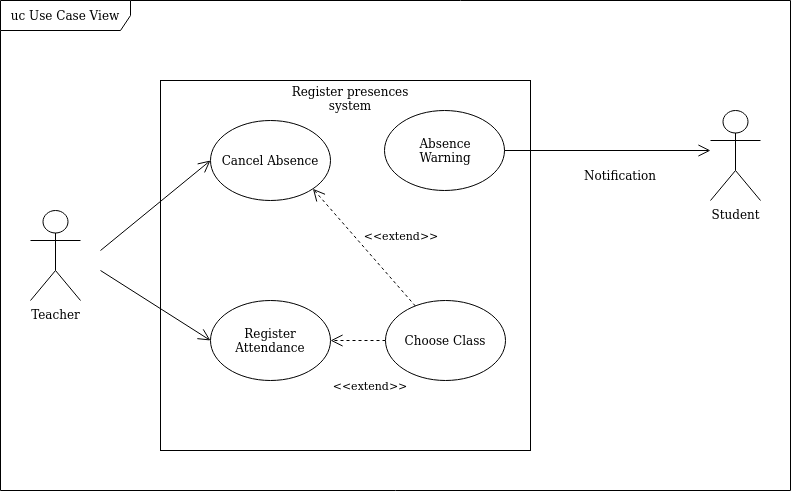
Above: images/use_case_model.png in P1ntas/ESOF (draw.io), before the change. Source tidied: cells renumbered, new cells last; positions are measured from the earlier drawing's top-left corner, leaving out a move shared by most shapes.
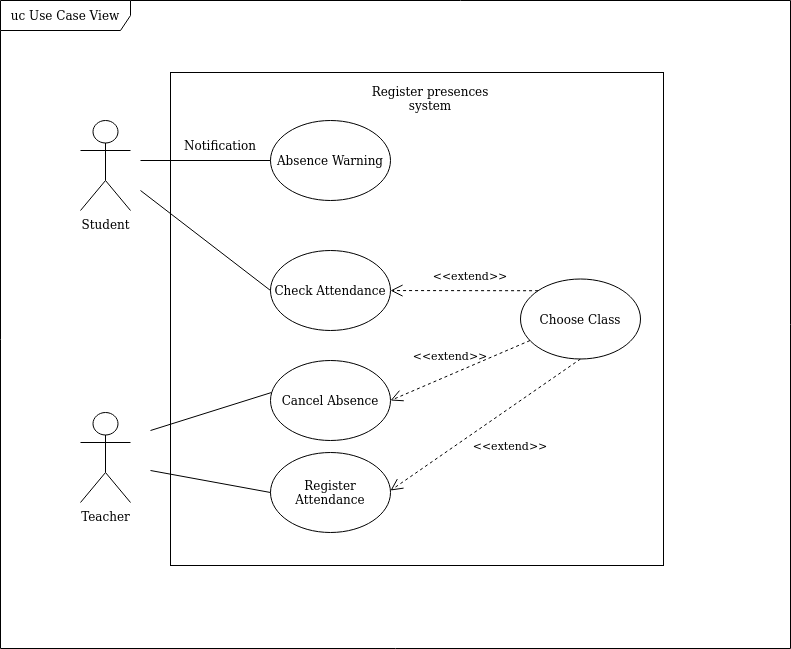
The same file after the commit.

Commit message:
Changes to Use Case Model

Change to the diagram source:
```diff
@@ -3,65 +3,82 @@
     <mxCell id="0" />
     <mxCell id="1" parent="0" />
     <mxCell id="2" value="&lt;div&gt;Student&lt;/div&gt;&lt;div&gt;&lt;br&gt;&lt;/div&gt;" style="shape=umlActor;verticalLabelPosition=bottom;verticalAlign=top;html=1;" parent="1" vertex="1">
-      <mxGeometry x="710" y="110" width="50" height="90" as="geometry" />
+      <mxGeometry y="120" width="50" height="90" as="geometry" />
     </mxCell>
     <mxCell id="3" value="&lt;div&gt;Teacher&lt;/div&gt;&lt;div&gt;&lt;br&gt;&lt;/div&gt;" style="shape=umlActor;verticalLabelPosition=bottom;verticalAlign=top;html=1;" parent="1" vertex="1">
-      <mxGeometry x="30" y="210" width="50" height="90" as="geometry" />
+      <mxGeometry y="412" width="50" height="90" as="geometry" />
     </mxCell>
     <mxCell id="4" style="whiteSpace=wrap;html=1;" parent="1" vertex="1">
-      <mxGeometry x="160" y="80" width="370" height="370" as="geometry" />
+      <mxGeometry x="90" y="72" width="493" height="493" as="geometry" />
     </mxCell>
     <mxCell id="5" value="Register Attendance" style="ellipse;whiteSpace=wrap;html=1;" parent="1" vertex="1">
-      <mxGeometry x="210" y="300" width="120" height="80" as="geometry" />
+      <mxGeometry x="190" y="452" width="120" height="80" as="geometry" />
     </mxCell>
     <mxCell id="6" style="ellipse;whiteSpace=wrap;html=1;" parent="1" vertex="1">
-      <mxGeometry x="384" y="110" width="120" height="80" as="geometry" />
+      <mxGeometry x="190" y="250" width="120" height="80" as="geometry" />
     </mxCell>
-    <mxCell id="7" style="endArrow=open;html=1;rounded=0;endFill=0;endSize=10;" parent="1" edge="1">
+    <mxCell id="7" style="endArrow=none;html=1;rounded=0;endFill=0;endSize=10;entryX=0;entryY=0.5;entryDx=0;entryDy=0;" parent="1" edge="1" target="5">
       <mxGeometry relative="1" as="geometry">
-        <mxPoint x="100" y="270" as="sourcePoint" />
-        <mxPoint x="210" y="340" as="targetPoint" />
+        <mxPoint x="70" y="470" as="sourcePoint" />
       </mxGeometry>
     </mxCell>
-    <mxCell id="8" style="endArrow=open;html=1;rounded=0;exitX=1;exitY=0.5;exitDx=0;exitDy=0;endFill=0;endSize=10;" parent="1" edge="1" source="6">
+    <mxCell id="8" style="endArrow=none;html=1;rounded=0;exitX=0;exitY=0.5;exitDx=0;exitDy=0;endFill=0;endSize=10;" parent="1" edge="1" source="6">
       <mxGeometry relative="1" as="geometry">
-        <mxPoint x="710" y="150" as="targetPoint" />
+        <mxPoint x="60" y="190" as="targetPoint" />
       </mxGeometry>
     </mxCell>
     <mxCell id="9" value="Notification" style="text;html=1;strokeColor=none;fillColor=none;align=center;verticalAlign=middle;whiteSpace=wrap;rounded=0;" parent="1" vertex="1">
-      <mxGeometry x="590" y="160" width="60" height="30" as="geometry" />
+      <mxGeometry x="110" y="130" width="60" height="30" as="geometry" />
     </mxCell>
     <mxCell id="10" value="Cancel Absence" style="ellipse;whiteSpace=wrap;html=1;" parent="1" vertex="1">
-      <mxGeometry x="210" y="120" width="120" height="80" as="geometry" />
+      <mxGeometry x="190" y="360" width="120" height="80" as="geometry" />
     </mxCell>
-    <mxCell id="11" style="endArrow=open;html=1;rounded=0;entryX=0;entryY=0.5;entryDx=0;entryDy=0;endFill=0;endSize=10;" parent="1" edge="1" target="10">
+    <mxCell id="11" style="endArrow=none;html=1;rounded=0;entryX=0;entryY=0.5;entryDx=0;entryDy=0;endFill=0;endSize=10;" parent="1" edge="1">
       <mxGeometry relative="1" as="geometry">
-        <mxPoint x="100" y="250" as="sourcePoint" />
+        <mxPoint x="70" y="430" as="sourcePoint" />
+        <mxPoint x="191" y="392" as="targetPoint" />
       </mxGeometry>
     </mxCell>
-    <mxCell id="12" value="Absence Warning" style="text;html=1;strokeColor=none;fillColor=none;align=center;verticalAlign=middle;whiteSpace=wrap;rounded=0;" parent="1" vertex="1">
-      <mxGeometry x="400" y="135" width="90" height="30" as="geometry" />
+    <mxCell id="12" value="Check Attendance" style="text;html=1;strokeColor=none;fillColor=none;align=center;verticalAlign=middle;whiteSpace=wrap;rounded=0;" parent="1" vertex="1">
+      <mxGeometry x="190" y="275" width="120" height="30" as="geometry" />
     </mxCell>
     <mxCell id="13" value="Register presences system" style="text;html=1;strokeColor=none;fillColor=none;align=center;verticalAlign=middle;whiteSpace=wrap;rounded=0;" parent="1" vertex="1">
       <mxGeometry x="290" y="83" width="120" height="30" as="geometry" />
     </mxCell>
-    <mxCell id="14" style="edgeStyle=orthogonalEdgeStyle;rounded=0;jettySize=auto;html=1;exitX=0;exitY=0.5;exitDx=0;exitDy=0;dashed=1;endArrow=open;endFill=0;endSize=10;strokeWidth=1;" parent="1" edge="1" source="15" target="5">
-      <mxGeometry relative="1" as="geometry" />
-    </mxCell>
     <mxCell id="15" value="Choose Class" style="ellipse;whiteSpace=wrap;html=1;" parent="1" vertex="1">
-      <mxGeometry x="385" y="300" width="120" height="80" as="geometry" />
+      <mxGeometry x="440" y="278.5" width="120" height="80" as="geometry" />
     </mxCell>
-    <mxCell id="16" style="endArrow=open;html=1;rounded=0;dashed=1;entryX=1;entryY=1;entryDx=0;entryDy=0;endFill=0;strokeWidth=1;endSize=10;" parent="1" edge="1" source="15" target="10">
+    <mxCell id="16" style="endArrow=open;html=1;rounded=0;dashed=1;entryX=1;entryY=0.5;entryDx=0;entryDy=0;endFill=0;strokeWidth=1;endSize=10;" parent="1" edge="1" source="15" target="10">
       <mxGeometry relative="1" as="geometry" />
     </mxCell>
     <mxCell id="17" value="&amp;lt;&amp;lt;extend&amp;gt;&amp;gt;" style="text;html=1;strokeColor=none;fillColor=none;align=center;verticalAlign=middle;whiteSpace=wrap;rounded=0;fontSize=11;" parent="1" vertex="1">
-      <mxGeometry x="371" y="220" width="60" height="30" as="geometry" />
+      <mxGeometry x="340" y="340" width="60" height="30" as="geometry" />
     </mxCell>
-    <mxCell id="18" value="&amp;lt;&amp;lt;extend&amp;gt;&amp;gt;" style="text;html=1;strokeColor=none;fillColor=none;align=center;verticalAlign=middle;whiteSpace=wrap;rounded=0;fontSize=11;" parent="1" vertex="1">
-      <mxGeometry x="340" y="370" width="60" height="30" as="geometry" />
+    <mxCell id="18" value="&amp;lt;&amp;lt;extend&amp;gt;&amp;gt;" style="text;html=1;strokeColor=none;fillColor=none;align=center;verticalAlign=middle;whiteSpace=wrap;rounded=0;fontSize=11;rotation=0;" parent="1" vertex="1">
+      <mxGeometry x="400" y="430" width="60" height="30" as="geometry" />
     </mxCell>
     <mxCell id="19" value="uc Use Case View" style="shape=umlFrame;whiteSpace=wrap;html=1;width=130;height=30;" parent="1" vertex="1">
-      <mxGeometry width="790" height="490" as="geometry" />
+      <mxGeometry x="-80" width="790" height="648" as="geometry" />
     </mxCell>
+    <mxCell id="20" value="Absence Warning" style="ellipse;whiteSpace=wrap;html=1;" parent="1" vertex="1">
+      <mxGeometry x="190" y="120" width="120" height="80" as="geometry" />
+    </mxCell>
+    <mxCell id="21" style="endArrow=open;html=1;rounded=0;dashed=1;endFill=0;strokeWidth=1;endSize=10;exitX=0.5;exitY=1;exitDx=0;exitDy=0;" parent="1" edge="1" source="15">
+      <mxGeometry relative="1" as="geometry">
+        <mxPoint x="310" y="490" as="targetPoint" />
+      </mxGeometry>
+    </mxCell>
+    <mxCell id="22" style="endArrow=none;html=1;rounded=0;entryX=0;entryY=0.5;entryDx=0;entryDy=0;endFill=0;endSize=10;" parent="1" edge="1">
+      <mxGeometry relative="1" as="geometry">
+        <mxPoint x="60" y="160" as="sourcePoint" />
+        <mxPoint x="190" y="160" as="targetPoint" />
+      </mxGeometry>
+    </mxCell>
+    <mxCell id="23" style="endArrow=open;html=1;rounded=0;dashed=1;endFill=0;strokeWidth=1;endSize=10;exitX=0;exitY=0;exitDx=0;exitDy=0;" parent="1" edge="1" source="15" target="12">
+      <mxGeometry relative="1" as="geometry" />
+    </mxCell>
+    <mxCell id="24" value="&amp;lt;&amp;lt;extend&amp;gt;&amp;gt;" style="text;html=1;strokeColor=none;fillColor=none;align=center;verticalAlign=middle;whiteSpace=wrap;rounded=0;fontSize=11;" parent="1" vertex="1">
+      <mxGeometry x="360" y="260" width="60" height="30" as="geometry" />
+    </mxCell>
   </root>
 </mxGraphModel>
```
